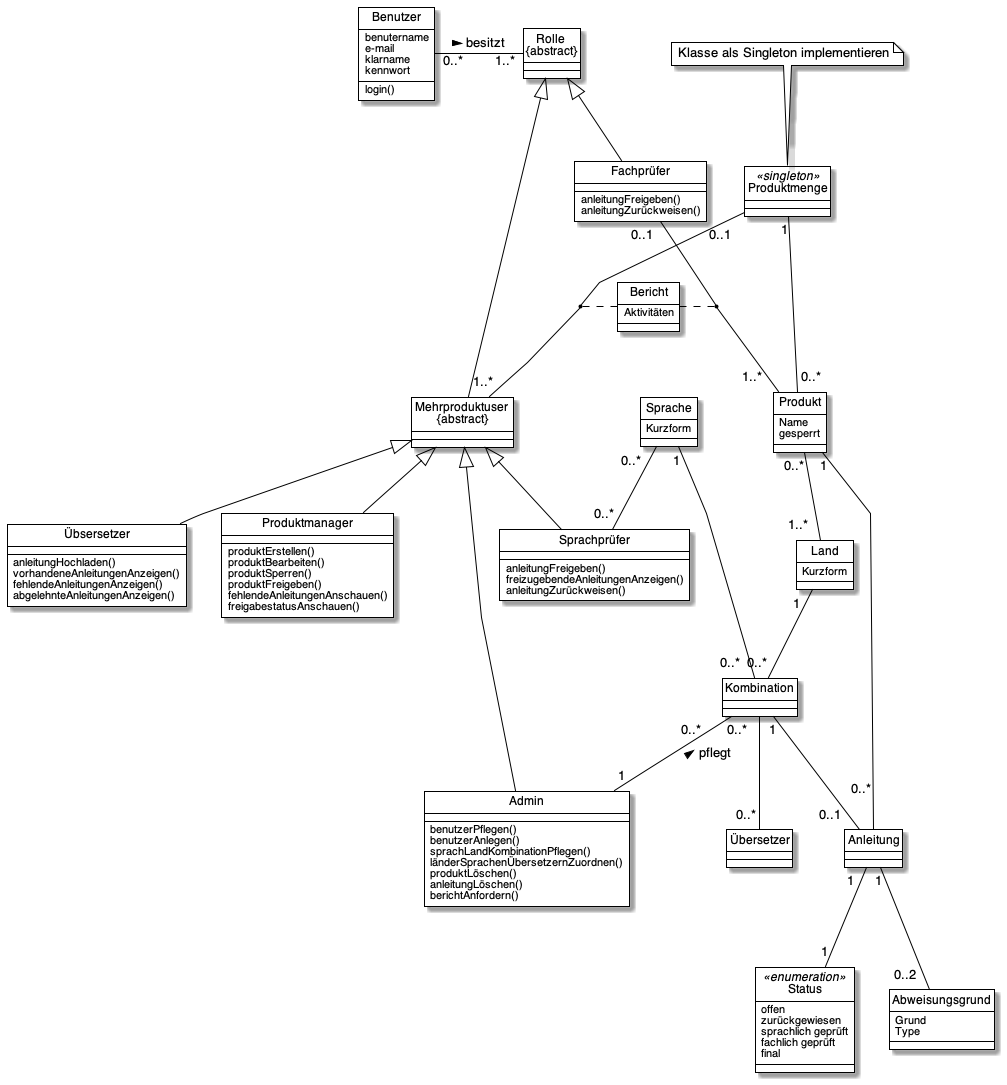
The PlantUML diagram out/klassendiagramm/Klassendiagramm.png in Schubert-Tom/Manual-Master, before a commit.
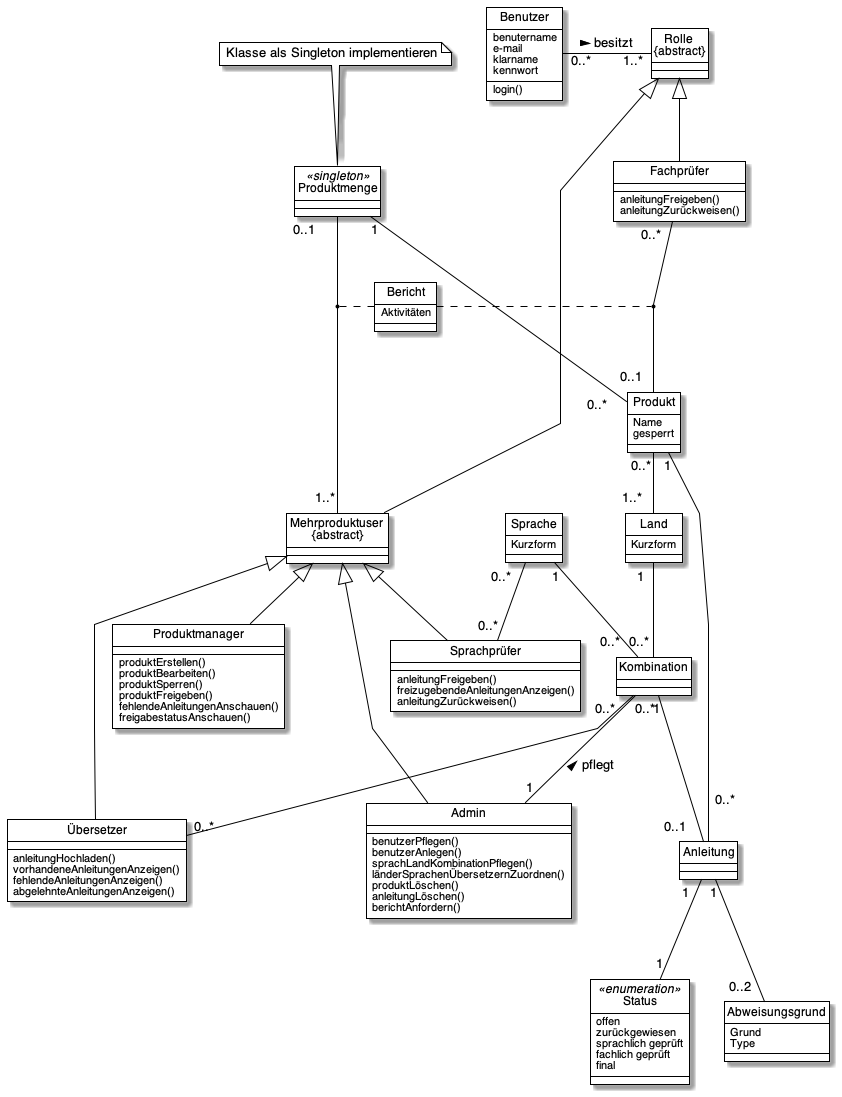
The same file after the commit.

Diff of the diagram source:
```diff
@@ -31,7 +31,7 @@
     freizugebendeAnleitungenAnzeigen()
     anleitungZurückweisen()
 }
-class Übsersetzer {
+class Übersetzer {
     anleitungHochladen()
     vorhandeneAnleitungenAnzeigen()
     fehlendeAnleitungenAnzeigen()
@@ -83,7 +83,7 @@
 
 
 Mehrproduktuser <|-- Sprachprüfer
-Mehrproduktuser <|-- Übsersetzer
+Mehrproduktuser <|-- Übersetzer
 Mehrproduktuser <|-- Admin
 Mehrproduktuser <|-- Produktmanager
 Benutzer "0..*" -right- "1..*" Rolle : besitzt >
@@ -102,7 +102,7 @@
 Produktmenge "   0..1    " -- "1..*" Mehrproduktuser
 
 Produkt "1" -- " 0..*\r\n" Anleitung
-Fachprüfer "0..1  " -- "1..*  " Produkt
+Fachprüfer "0..*  " -- "0..1  " Produkt
 Produkt "0..*" -- "1..*  " Land
 
 Sprache "0..*  " -- "0..*" Sprachprüfer
```
